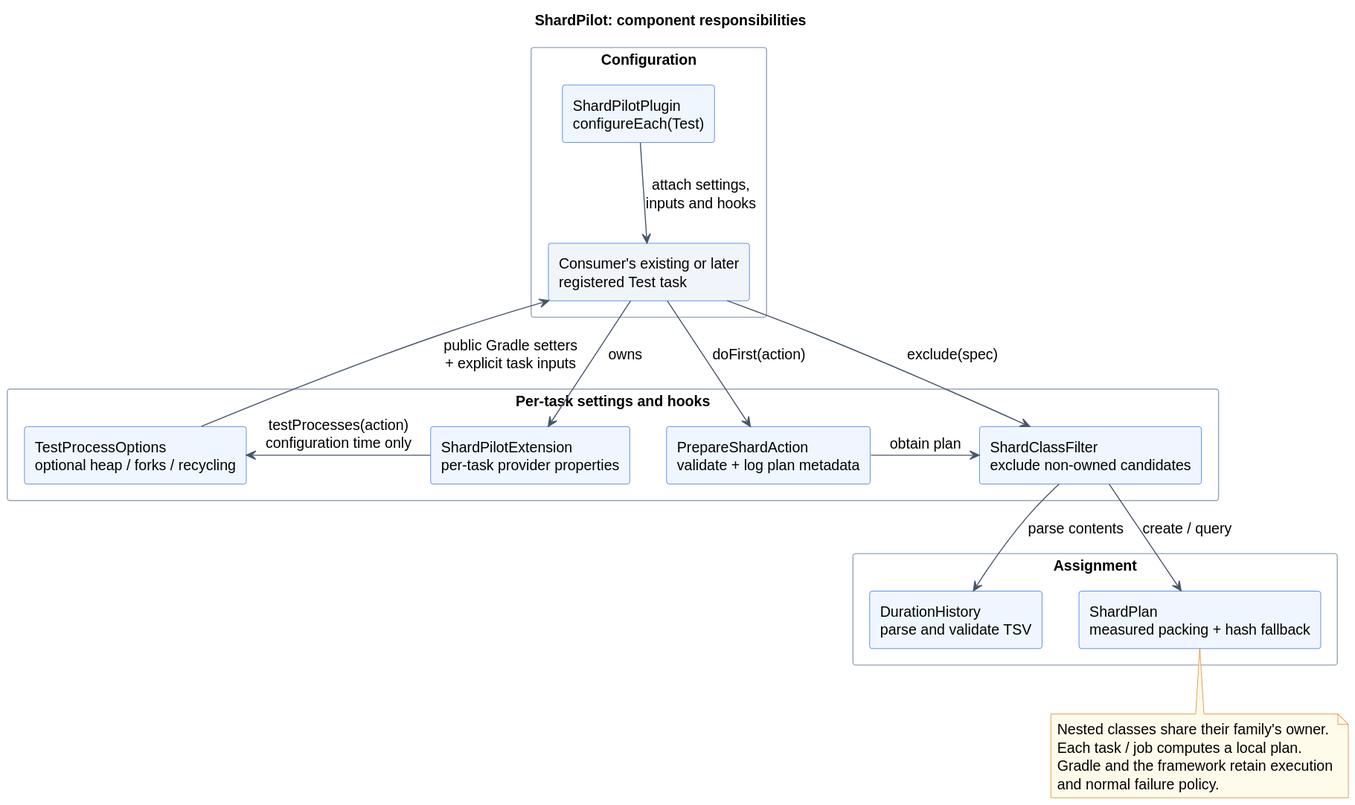
Earlier version of the PlantUML export docs/diagrams/components.svg (sjacek/shardpilot). Its source is kept beside it as docs/diagrams/components.puml.
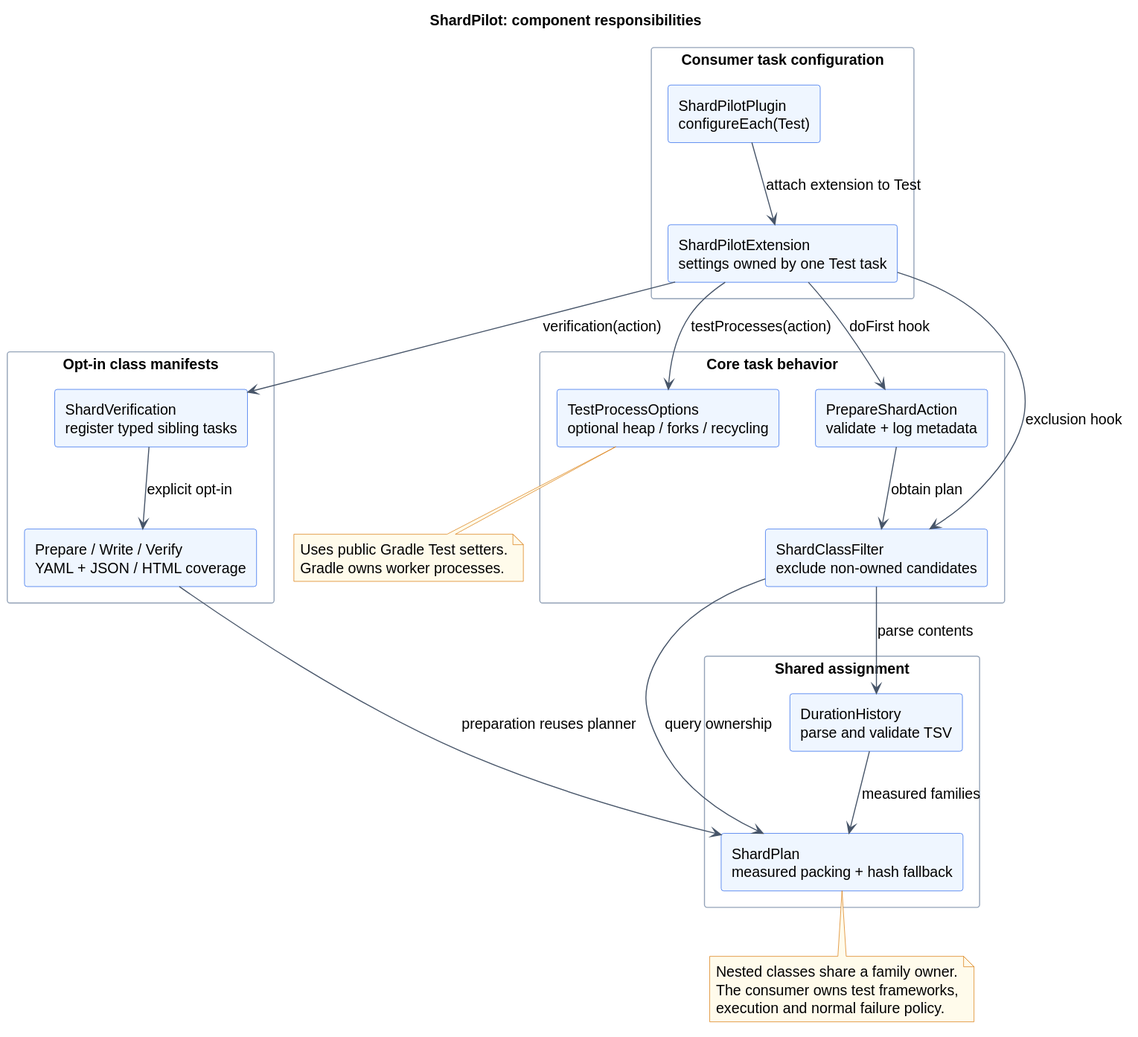
The same diagram one commit later.

The edit, as a diff of the source:
```diff
@@ -14,39 +14,46 @@
 skinparam noteBackgroundColor #FFFBEB
 skinparam noteBorderColor #D97706
 
-package "Configuration" {
+package "Consumer task configuration" {
   component "ShardPilotPlugin\nconfigureEach(Test)" as plugin
-  component "Consumer's existing or later\nregistered Test task" as test #F1F5F9
+  component "ShardPilotExtension\nsettings owned by one Test task" as settings
 }
 
-package "Per-task settings and hooks" {
-  component "ShardPilotExtension\nper-task provider properties" as settings
+package "Core task behavior" {
   component "TestProcessOptions\noptional heap / forks / recycling" as processes
-  component "PrepareShardAction\nvalidate + log plan metadata" as prepare
+  component "PrepareShardAction\nvalidate + log metadata" as prepare
   component "ShardClassFilter\nexclude non-owned candidates" as filter
 }
 
-package "Assignment" {
+package "Opt-in class manifests" {
+  component "ShardVerification\nregister typed sibling tasks" as verification
+  component "Prepare / Write / Verify\nYAML + JSON / HTML coverage" as manifests
+}
+
+package "Shared assignment" {
   component "DurationHistory\nparse and validate TSV" as history
   component "ShardPlan\nmeasured packing + hash fallback" as plan
 }
 
-plugin -down-> test : attach settings,\ninputs and hooks
-test -down-> settings : owns
-settings -left-> processes : testProcesses(action)\nconfiguration time only
-processes -up-> test : public Gradle setters\n+ explicit task inputs
-test -down-> prepare : doFirst(action)
-test -down-> filter : exclude(spec)
-settings -[hidden]right-> prepare
-prepare -right-> filter : obtain plan
-filter -down-> history : parse contents
-filter -down-> plan : create / query
-history -[hidden]right-> plan
+plugin --> settings : attach extension to Test
+settings --> processes : testProcesses(action)
+settings --> prepare : doFirst hook
+settings --> filter : exclusion hook
+settings --> verification : verification(action)
+verification --> manifests : explicit opt-in
+prepare --> filter : obtain plan
+filter --> history : parse contents
+history --> plan : measured families
+filter --> plan : query ownership
+manifests --> plan : preparation reuses planner
 
+note bottom of processes
+  Uses public Gradle Test setters.
+  Gradle owns worker processes.
+end note
 note bottom of plan
-  Nested classes share their family's owner.
-  Each task / job computes a local plan.
-  Gradle and the framework retain execution
-  and normal failure policy.
+  Nested classes share a family owner.
+  The consumer owns test frameworks,
+  execution and normal failure policy.
 end note
 @enduml
```
